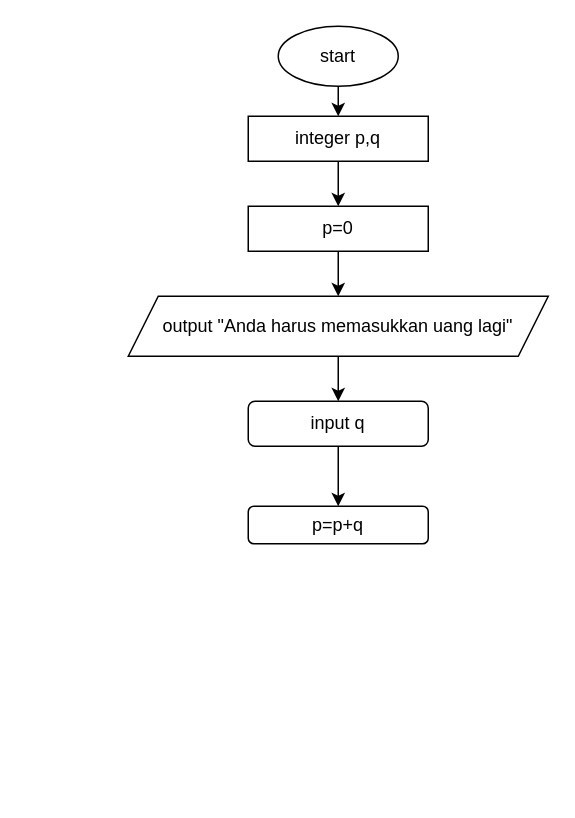
Before: flowchart.drawio in maulliidda/Maulida-FP11, a draw.io diagram. Source tidied: cells renumbered, new cells numbered last; positions are measured from the earlier drawing's top-left corner, leaving out a move shared by most shapes. Both pictures are drawn from the tidied source at 150%, with x=0, y=0 at pixel (128, 26).
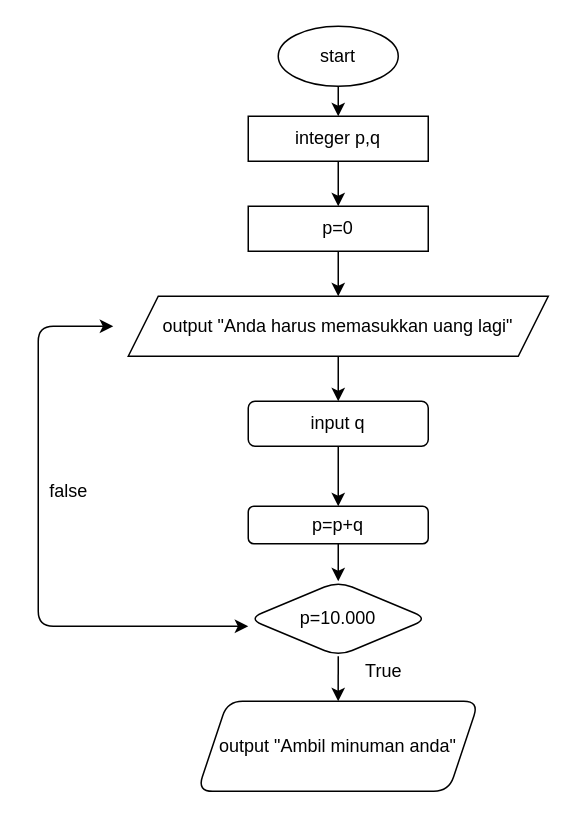
Above is the later version.

Commit message:
If p=10.000 while output ambil minuman anda

Unchanged cells that the change refers to:
```xml
<mxCell id="12" value="p=p+q" style="whiteSpace=wrap;html=1;rounded=1;" parent="1" vertex="1">
  <mxGeometry x="80" y="320" width="120" height="25" as="geometry" />
</mxCell>
```

The edit, as a diff of the source:
```diff
@@
+    <mxCell id="13" style="edgeStyle=none;html=1;" parent="1" edge="1" source="12" target="15">
+      <mxGeometry relative="1" as="geometry" />
+    </mxCell>
@@
+    <mxCell id="14" style="edgeStyle=none;html=1;" parent="1" edge="1" source="15" target="16">
+      <mxGeometry relative="1" as="geometry" />
+    </mxCell>
+    <mxCell id="15" value="p=10.000" style="rhombus;whiteSpace=wrap;html=1;rounded=1;" parent="1" vertex="1">
+      <mxGeometry x="80" y="370" width="120" height="50" as="geometry" />
+    </mxCell>
+    <mxCell id="16" value="output &quot;Ambil minuman anda&quot;" style="shape=parallelogram;perimeter=parallelogramPerimeter;whiteSpace=wrap;html=1;fixedSize=1;rounded=1;" parent="1" vertex="1">
+      <mxGeometry x="46.2" y="450" width="187.5" height="60" as="geometry" />
+    </mxCell>
+    <mxCell id="17" style="endArrow=classic;startArrow=classic;html=1;" parent="1" edge="1">
+      <mxGeometry relative="1" as="geometry">
+        <mxPoint x="-10" y="200" as="sourcePoint" />
+        <mxPoint x="80" y="400" as="targetPoint" />
+        <Array as="points">
+          <mxPoint x="-60" y="200" />
+          <mxPoint x="-60" y="400" />
+        </Array>
+      </mxGeometry>
+    </mxCell>
+    <mxCell id="18" value="false" style="text;html=1;align=center;verticalAlign=middle;strokeColor=none;fillColor=none;" parent="1" vertex="1">
+      <mxGeometry x="-60" y="300" width="40" height="20" as="geometry" />
+    </mxCell>
+    <mxCell id="19" value="True" style="text;html=1;align=center;verticalAlign=middle;strokeColor=none;fillColor=none;" parent="1" vertex="1">
+      <mxGeometry x="150" y="420" width="40" height="20" as="geometry" />
+    </mxCell>
```
